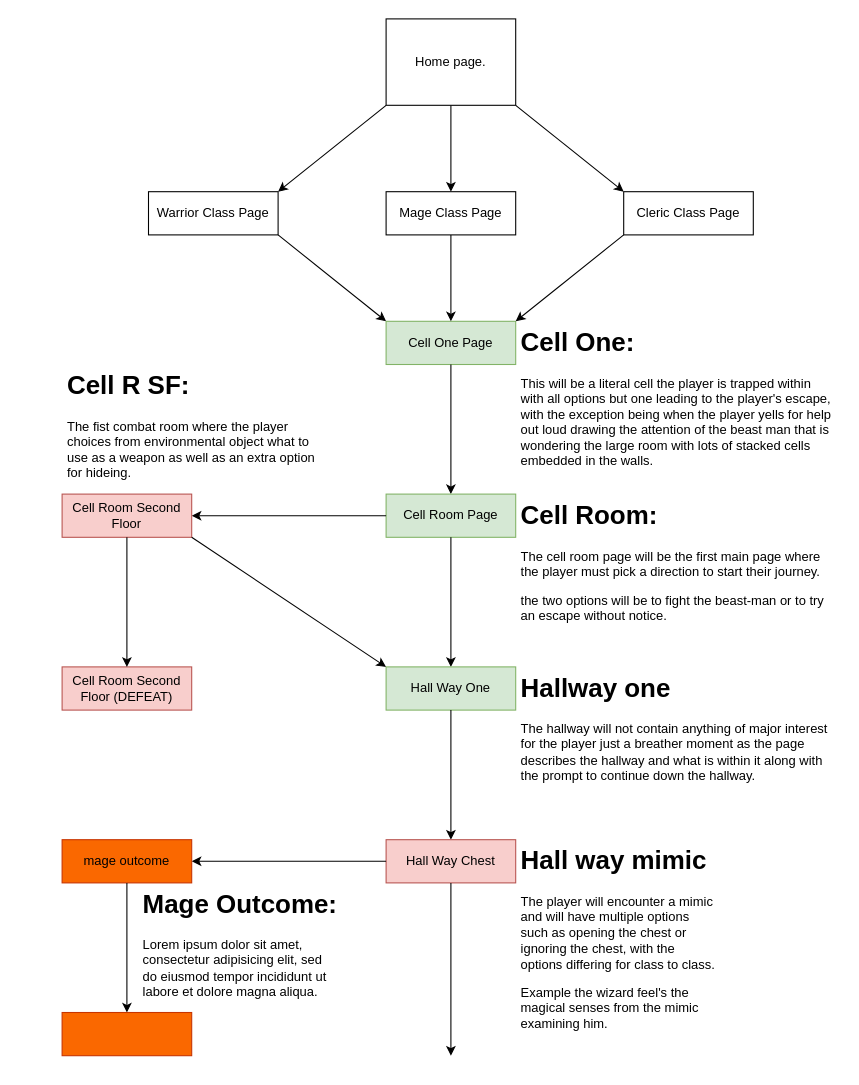
andypandy31/Webtech-Assessment1 keeps this draw.io diagram as TEST.drawio. Above is the earlier version. Source tidied: cells renumbered, new cells numbered last; positions are measured from the earlier drawing's top-left corner, leaving out a move shared by most shapes. Both pictures are drawn from the tidied source at 108%, with x=0, y=0 at pixel (62, 18).
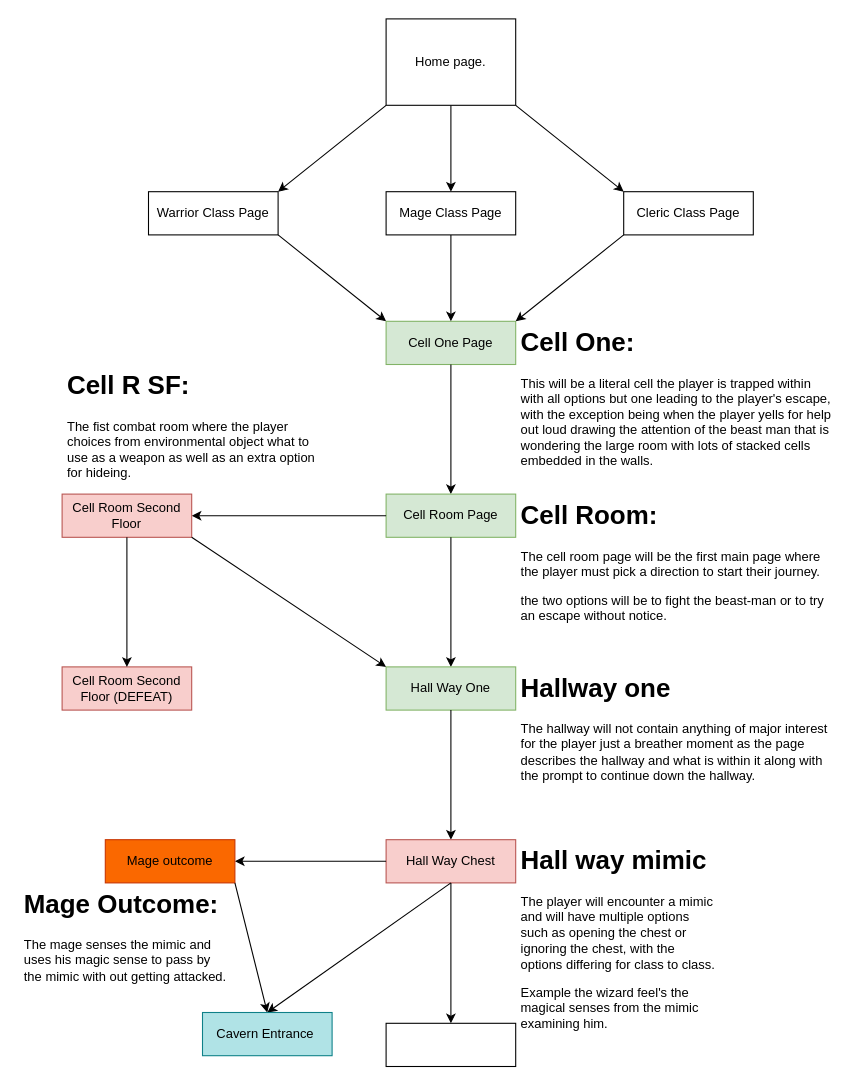
The same page after the edit.

The change refers to these unchanged cells:
```xml
<mxCell id="27" value="Hall Way Chest" style="rounded=0;whiteSpace=wrap;html=1;fillColor=#f8cecc;strokeColor=#b85450;" parent="1" vertex="1">
  <mxGeometry x="300" y="760" width="120" height="40" as="geometry" />
</mxCell>
```

The edit, as a diff of the source:
```diff
@@
-    <mxCell id="30" value="mage outcome" style="rounded=0;whiteSpace=wrap;html=1;fillColor=#fa6800;strokeColor=#C73500;fontColor=#000000;" parent="1" vertex="1">
-      <mxGeometry y="760" width="120" height="40" as="geometry" />
+    <mxCell id="30" value="Mage outcome" style="rounded=0;whiteSpace=wrap;html=1;fillColor=#fa6800;strokeColor=#C73500;fontColor=#000000;" parent="1" vertex="1">
+      <mxGeometry x="40" y="760" width="120" height="40" as="geometry" />
     </mxCell>
-    <mxCell id="31" style="endArrow=classic;html=1;rounded=0;exitX=0.5;exitY=1;exitDx=0;exitDy=0;" parent="1" edge="1" source="27">
-      <mxGeometry relative="1" as="geometry">
-        <mxPoint x="360" y="960" as="targetPoint" />
-      </mxGeometry>
+    <mxCell id="31" style="endArrow=classic;html=1;rounded=0;exitX=0.5;exitY=1;exitDx=0;exitDy=0;entryX=0.5;entryY=0;entryDx=0;entryDy=0;" parent="1" edge="1" source="27" target="35">
+      <mxGeometry relative="1" as="geometry" />
     </mxCell>
-    <mxCell id="32" style="endArrow=classic;html=1;rounded=0;exitX=0.5;exitY=1;exitDx=0;exitDy=0;entryX=0.5;entryY=0;entryDx=0;entryDy=0;" parent="1" edge="1" source="30" target="33">
+    <mxCell id="32" style="endArrow=classic;html=1;rounded=0;exitX=1;exitY=1;exitDx=0;exitDy=0;entryX=0.5;entryY=0;entryDx=0;entryDy=0;" parent="1" edge="1" source="30" target="35">
       <mxGeometry relative="1" as="geometry" />
     </mxCell>
-    <mxCell id="33" style="rounded=0;whiteSpace=wrap;html=1;fillColor=#fa6800;fontColor=#000000;strokeColor=#C73500;" parent="1" vertex="1">
-      <mxGeometry y="920" width="120" height="40" as="geometry" />
-    </mxCell>
-    <mxCell id="34" value="&lt;h1&gt;Mage Outcome:&lt;/h1&gt;&lt;p&gt;Lorem ipsum dolor sit amet, consectetur adipisicing elit, sed do eiusmod tempor incididunt ut labore et dolore magna aliqua.&lt;/p&gt;" style="text;html=1;spacing=5;spacingTop=-20;whiteSpace=wrap;overflow=hidden;rounded=0;" parent="1" vertex="1">
-      <mxGeometry x="70" y="800" width="190" height="120" as="geometry" />
+    <mxCell id="34" value="&lt;h1&gt;Mage Outcome:&lt;/h1&gt;&lt;p&gt;The mage senses the mimic and uses his magic sense to pass by the mimic with out getting attacked.&lt;/p&gt;" style="text;html=1;spacing=5;spacingTop=-20;whiteSpace=wrap;overflow=hidden;rounded=0;" parent="1" vertex="1">
+      <mxGeometry x="-40" y="800" width="200" height="120" as="geometry" />
     </mxCell>
+    <mxCell id="35" value="Cavern Entrance&amp;nbsp;" style="rounded=0;whiteSpace=wrap;html=1;fillColor=#b0e3e6;strokeColor=#0e8088;" parent="1" vertex="1">
+      <mxGeometry x="130" y="920" width="120" height="40" as="geometry" />
+    </mxCell>
+    <mxCell id="36" style="rounded=0;whiteSpace=wrap;html=1;" parent="1" vertex="1">
+      <mxGeometry x="300" y="930" width="120" height="40" as="geometry" />
+    </mxCell>
+    <mxCell id="37" style="endArrow=classic;html=1;rounded=0;exitX=0.5;exitY=1;exitDx=0;exitDy=0;" parent="1" edge="1" source="27" target="36">
+      <mxGeometry relative="1" as="geometry" />
+    </mxCell>
```
